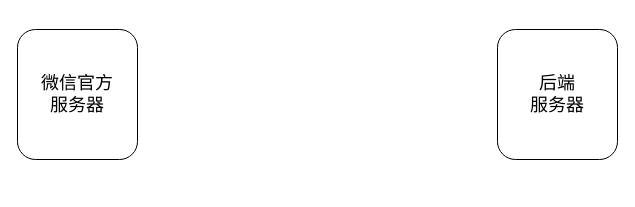
The draw.io diagram wechat.drawio in AnXinrui/drawio, before the edit. Source tidied: cells renumbered, new cells numbered last; positions are measured from the earlier drawing's top-left corner, leaving out a move shared by most shapes. Both pictures are drawn from the tidied source at 100%, with x=0, y=0 at pixel (17, 29).
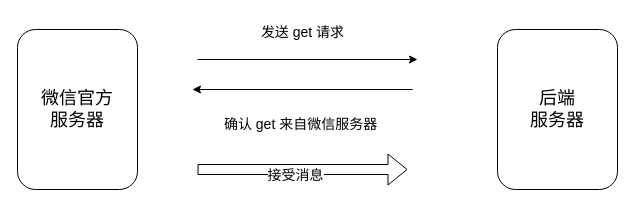
The same diagram, later.

Diff of the diagram source:
```diff
@@
 <mxGraphModel>
   <root>
     <mxCell id="0" />
     <mxCell id="1" parent="0" />
     <mxCell id="2" value="&lt;font style=&quot;font-size: 18px;&quot;&gt;微信官方&lt;/font&gt;&lt;div&gt;&lt;font style=&quot;font-size: 18px;&quot;&gt;服务器&lt;/font&gt;&lt;/div&gt;" style="rounded=1;whiteSpace=wrap;html=1;" parent="1" vertex="1">
-      <mxGeometry width="120" height="130" as="geometry" />
+      <mxGeometry width="120" height="160" as="geometry" />
     </mxCell>
     <mxCell id="3" value="&lt;font style=&quot;font-size: 18px;&quot;&gt;后端&lt;/font&gt;&lt;div&gt;&lt;font style=&quot;font-size: 18px;&quot;&gt;服务器&lt;/font&gt;&lt;/div&gt;" style="rounded=1;whiteSpace=wrap;html=1;" parent="1" vertex="1">
-      <mxGeometry x="480" width="120" height="130" as="geometry" />
+      <mxGeometry x="480" width="120" height="160" as="geometry" />
     </mxCell>
+    <mxCell id="4" style="endArrow=classic;html=1;rounded=0;" parent="1" edge="1">
+      <mxGeometry relative="1" as="geometry">
+        <mxPoint x="180" y="30" as="sourcePoint" />
+        <mxPoint x="400" y="30" as="targetPoint" />
+      </mxGeometry>
+    </mxCell>
+    <mxCell id="5" style="endArrow=classic;html=1;rounded=0;" parent="1" edge="1">
+      <mxGeometry relative="1" as="geometry">
+        <mxPoint x="395" y="60" as="sourcePoint" />
+        <mxPoint x="175" y="60" as="targetPoint" />
+      </mxGeometry>
+    </mxCell>
+    <mxCell id="6" style="text;html=1;align=center;verticalAlign=middle;strokeColor=none;fillColor=none;" parent="1" vertex="1">
+      <mxGeometry x="260" y="-12" width="20" height="30" as="geometry" />
+    </mxCell>
+    <mxCell id="7" value="&lt;font style=&quot;font-size: 14px;&quot;&gt;发送 get 请求&lt;/font&gt;" style="text;html=1;align=center;verticalAlign=middle;strokeColor=none;fillColor=none;" parent="1" vertex="1">
+      <mxGeometry x="230" y="-12" width="110" height="30" as="geometry" />
+    </mxCell>
+    <mxCell id="8" value="&lt;font style=&quot;font-size: 14px;&quot;&gt;确认 get 来自微信服务器&amp;nbsp;&lt;/font&gt;" style="text;html=1;align=center;verticalAlign=middle;strokeColor=none;fillColor=none;" parent="1" vertex="1">
+      <mxGeometry x="195" y="80" width="180" height="30" as="geometry" />
+    </mxCell>
+    <mxCell id="9" style="shape=flexArrow;endArrow=classic;html=1;rounded=0;" parent="1" edge="1">
+      <mxGeometry relative="1" as="geometry">
+        <mxPoint x="180" y="140" as="sourcePoint" />
+        <mxPoint x="390" y="140" as="targetPoint" />
+      </mxGeometry>
+    </mxCell>
+    <mxCell id="10" value="&lt;font style=&quot;font-size: 14px;&quot;&gt;接受消息&lt;/font&gt;" style="edgeLabel;html=1;align=center;verticalAlign=middle;" parent="9" vertex="1">
+      <mxGeometry x="-0.08" y="-5" relative="1" as="geometry" />
+    </mxCell>
   </root>
 </mxGraphModel>
```
